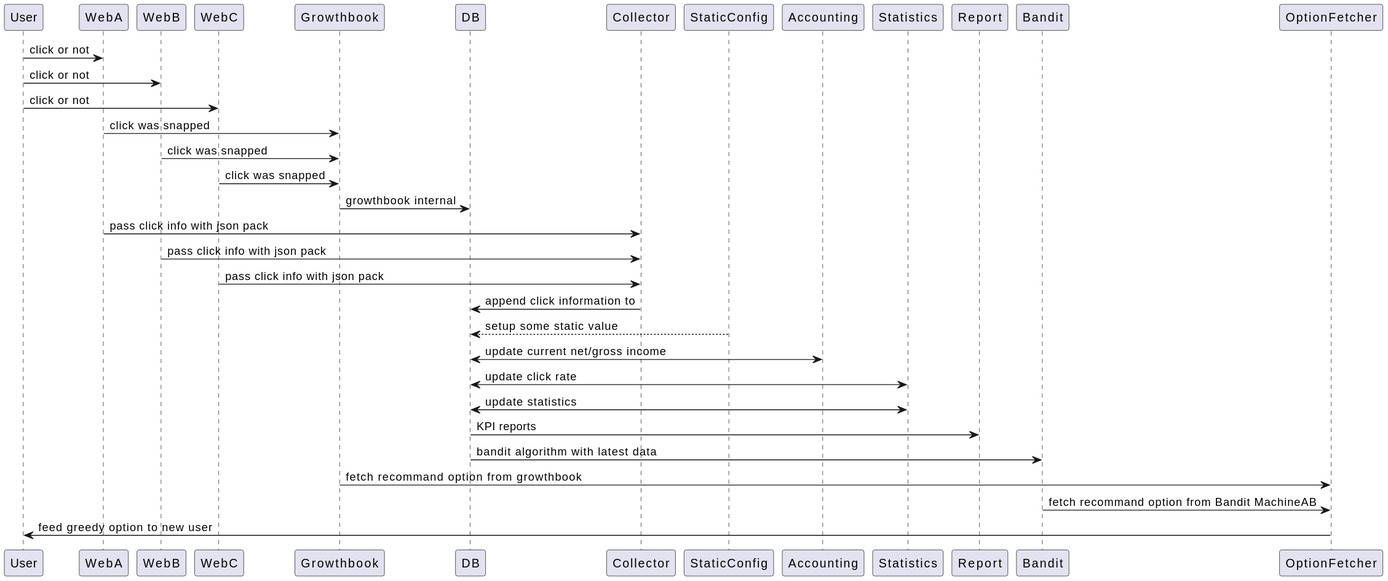
Above: 20220504_homework/bandit_homework.svg in blankaII/my_bandit_test (PlantUML), before the change. Its diagram source:
```plantuml
@startuml
User -> WebA : click or not
User -> WebB : click or not
User -> WebC : click or not
WebA -> Growthbook : click was snapped
WebB -> Growthbook : click was snapped
WebC -> Growthbook : click was snapped
Growthbook -> DB : growthbook internal
WebA -> Collector : pass click info with json pack
WebB -> Collector : pass click info with json pack
WebC -> Collector : pass click info with json pack
Collector -> DB : append click information to
DB <-- StaticConfig : setup some static value
DB <-> Accounting : update current net/gross income
DB <-> Statistics : update click rate
DB <-> Statistics : update statistics
DB -> Report : KPI reports
DB -> Bandit : bandit algorithm with latest data
Growthbook -> OptionFetcher : fetch recommand option from growthbook
Bandit -> OptionFetcher : fetch recommand option from Bandit MachineAB
OptionFetcher -> User : feed greedy option to new user
@enduml
```
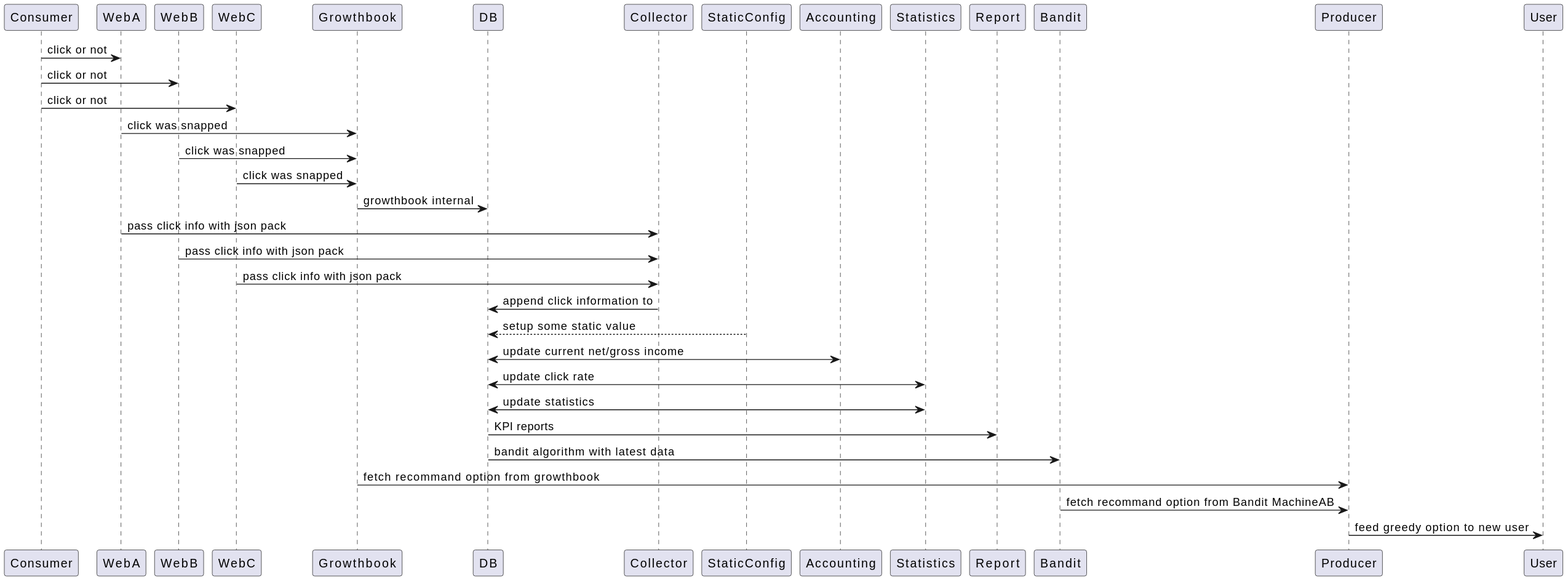
Later version of the same file.

Diff of the diagram source:
```diff
@@ -1,7 +1,7 @@
 @startuml
-User -> WebA : click or not
-User -> WebB : click or not
-User -> WebC : click or not
+Consumer -> WebA : click or not
+Consumer -> WebB : click or not
+Consumer -> WebC : click or not
 WebA -> Growthbook : click was snapped
 WebB -> Growthbook : click was snapped
 WebC -> Growthbook : click was snapped
@@ -16,7 +16,7 @@
 DB <-> Statistics : update statistics
 DB -> Report : KPI reports
 DB -> Bandit : bandit algorithm with latest data
-Growthbook -> OptionFetcher : fetch recommand option from growthbook
-Bandit -> OptionFetcher : fetch recommand option from Bandit MachineAB
-OptionFetcher -> User : feed greedy option to new user
+Growthbook -> Producer : fetch recommand option from growthbook
+Bandit -> Producer : fetch recommand option from Bandit MachineAB
+Producer -> User : feed greedy option to new user
 @enduml
```
